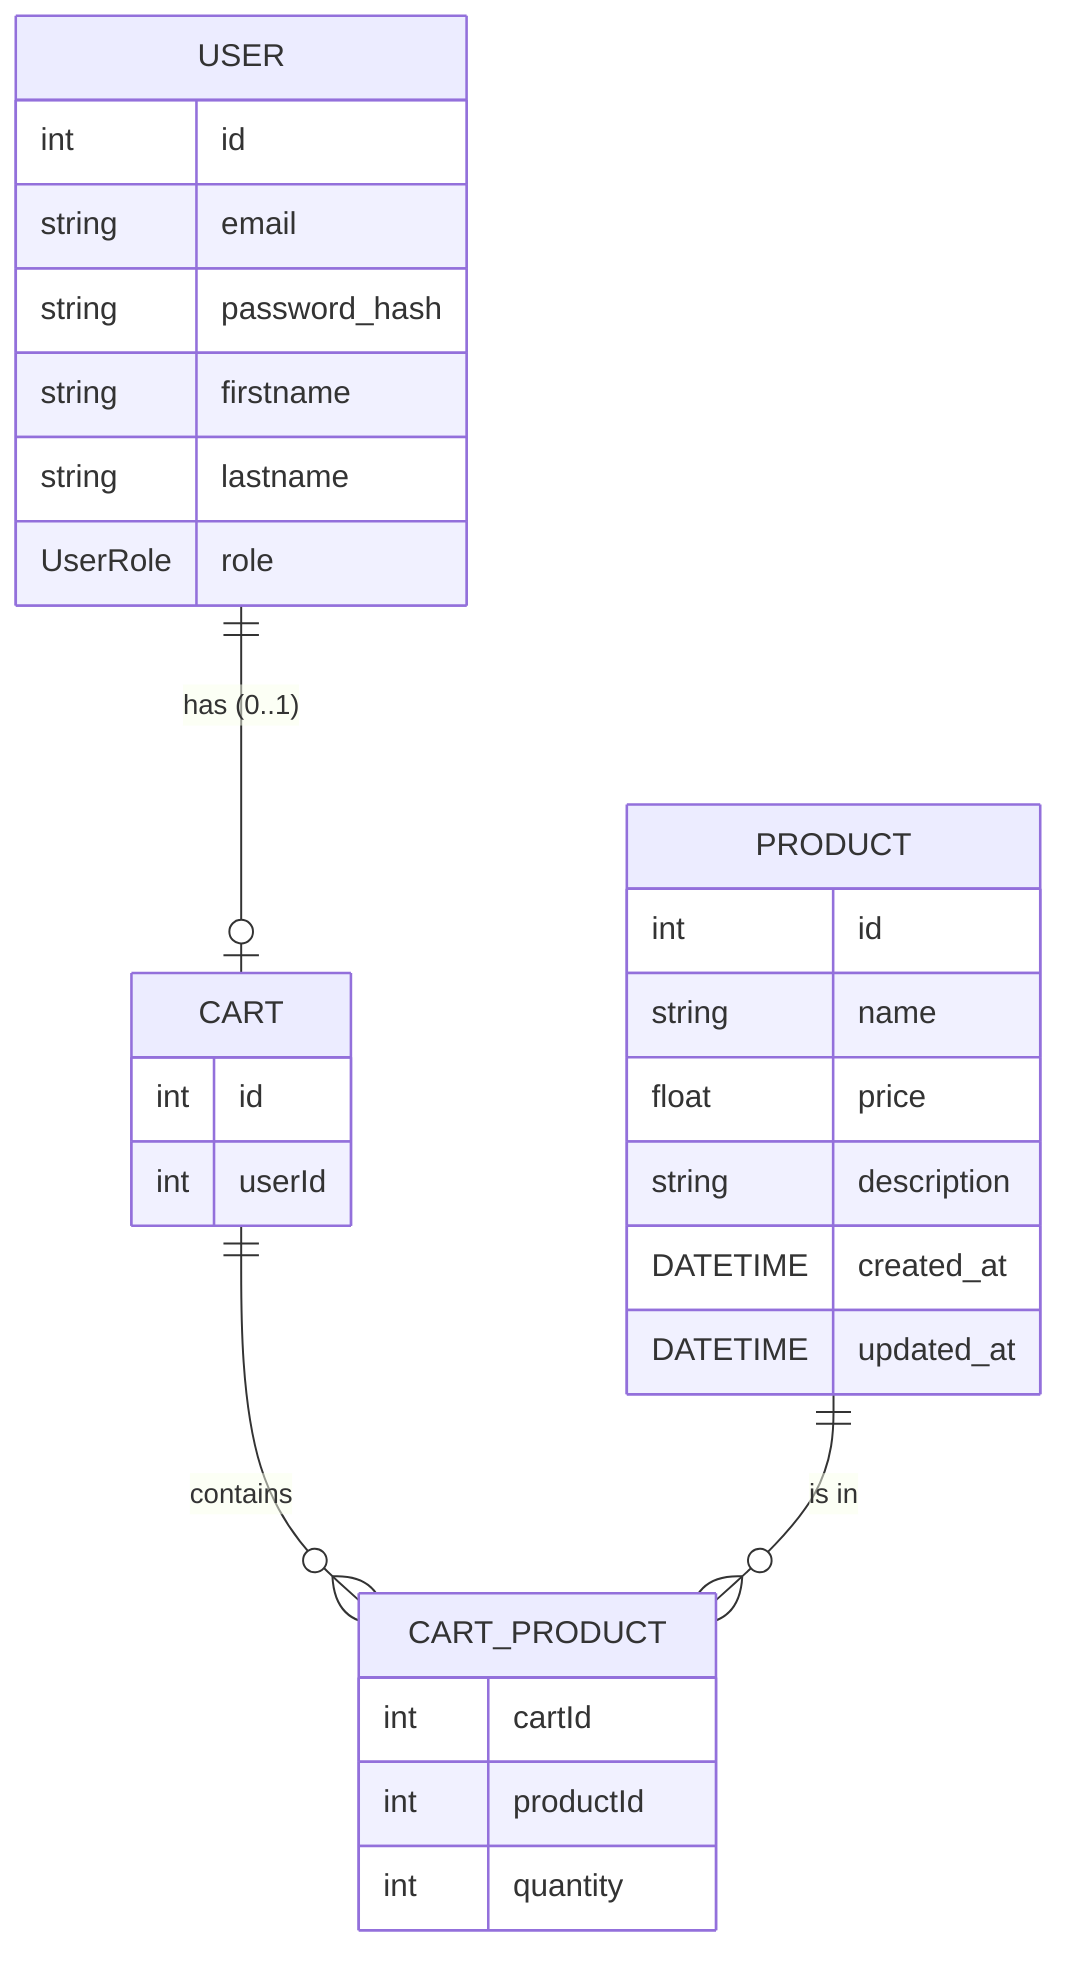
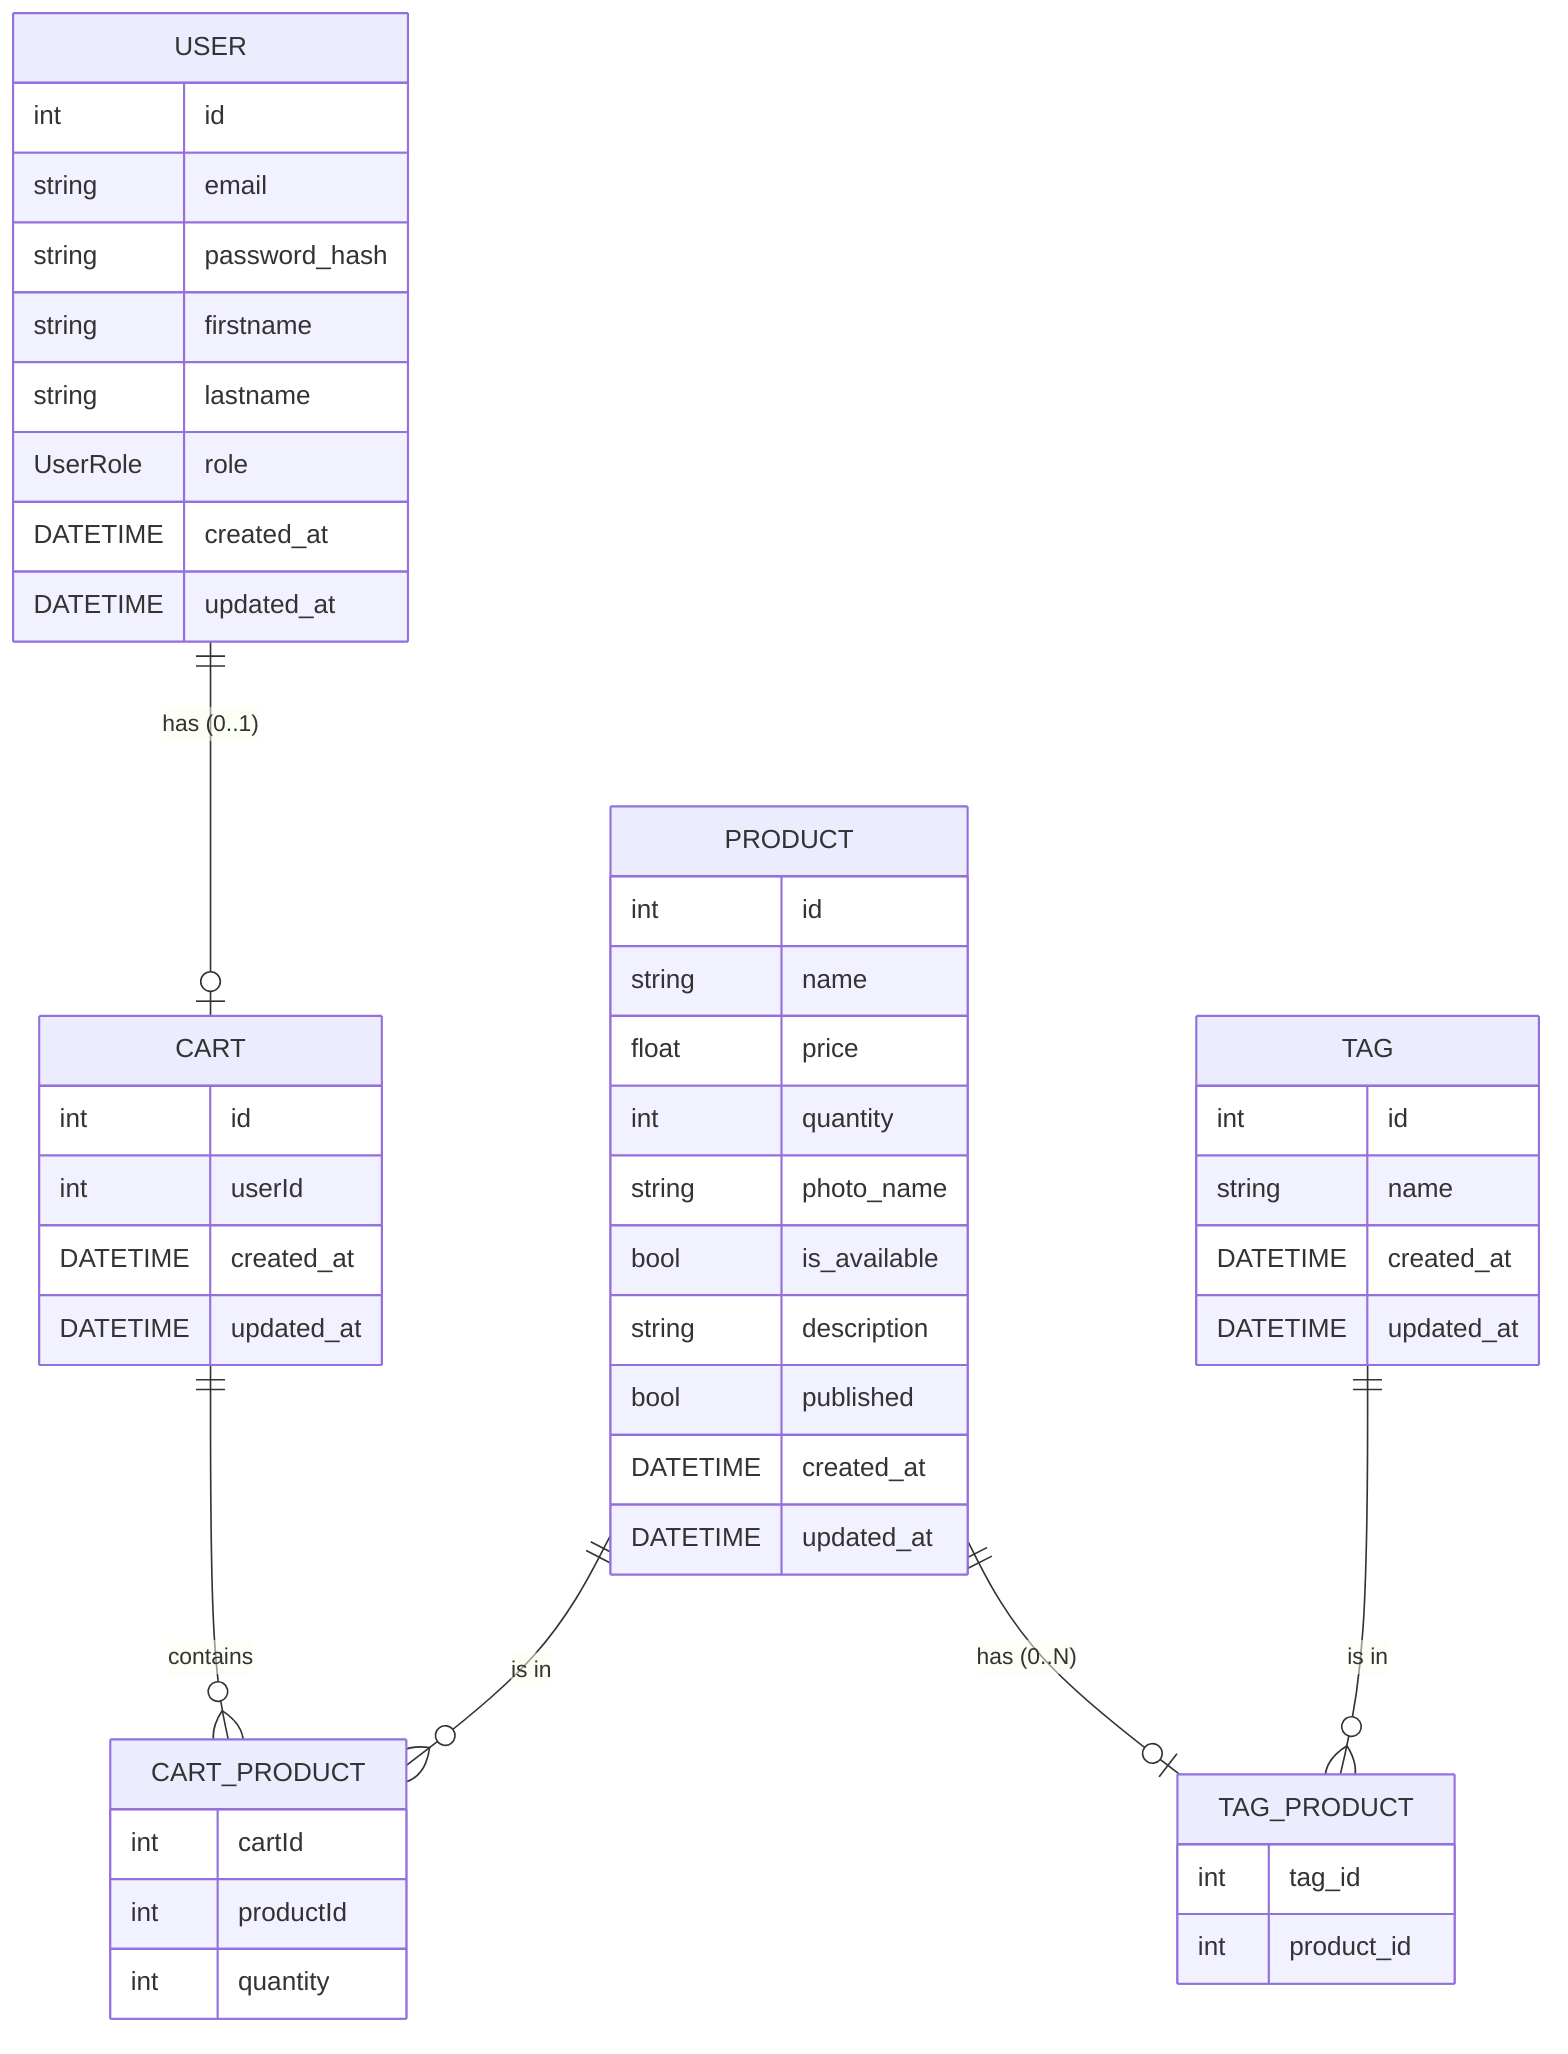
erDiagram
    USER ||--o| CART : "has (0..1)"
    CART ||--o{ CART_PRODUCT : "contains"
    PRODUCT ||--o{ CART_PRODUCT : "is in"
+     PRODUCT || --o| TAG_PRODUCT: "has (0..N)"
+     TAG ||--o{ TAG_PRODUCT  : "is in"
+ 
+ 
+     TAG_PRODUCT {
+         int tag_id
+         int product_id
+     }
+ 
+     TAG {
+         int id
+         string name
+         DATETIME created_at
+         DATETIME updated_at
+     }

    USER {
        int id
        string email
        string password_hash
        string firstname
        string lastname
        UserRole role
+         DATETIME created_at
+         DATETIME updated_at
    }

    CART {
        int id
        int userId
+         DATETIME created_at
+         DATETIME updated_at
    }

    PRODUCT {
        int id
        string name
        float price
+         int quantity
+         string photo_name
+         bool is_available
        string description
+         bool published
        DATETIME created_at
        DATETIME updated_at
    }

    CART_PRODUCT {
        int cartId
        int productId
        int quantity
    }
